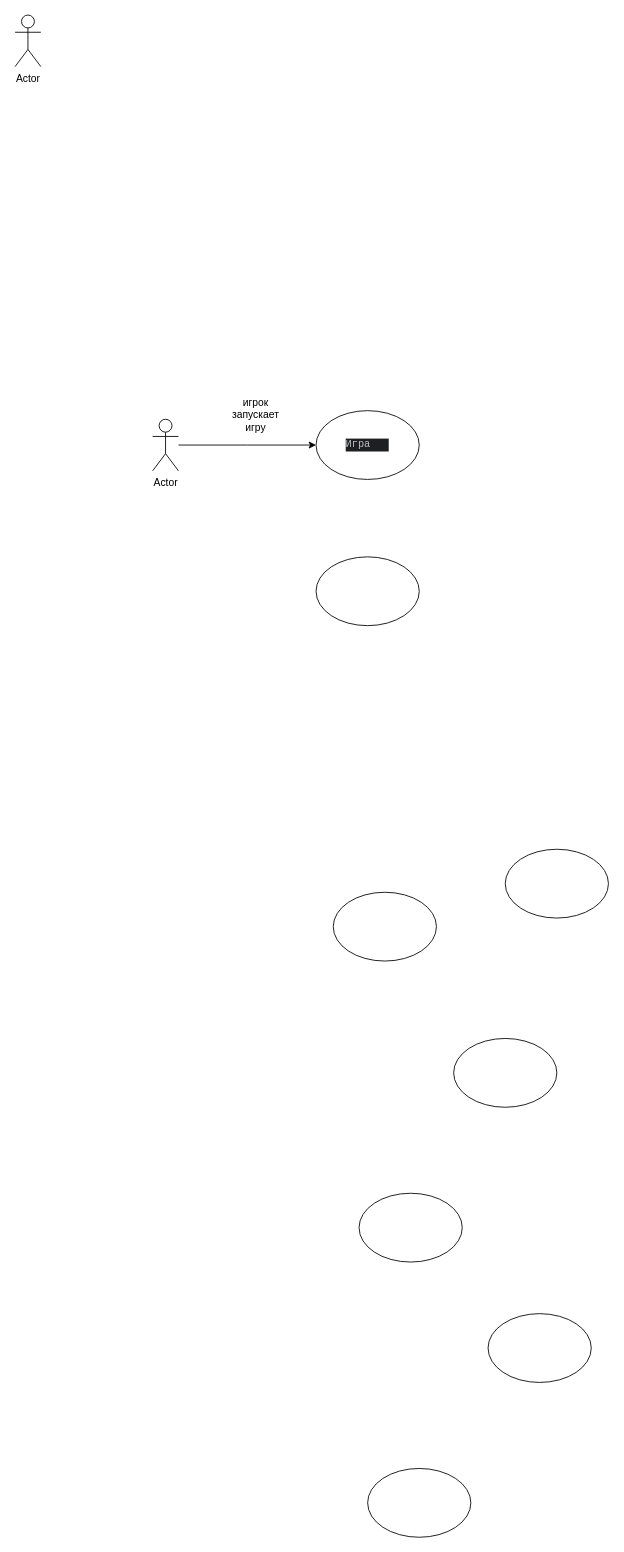
Before: Диаграмма без названия.drawio in Gagara111/simple_race, a draw.io diagram. Source tidied: cells renumbered, new cells numbered last; positions are measured from the earlier drawing's top-left corner, leaving out a move shared by most shapes. Both pictures are drawn from the tidied source at 86%, with x=0, y=0 at pixel (15, 15).
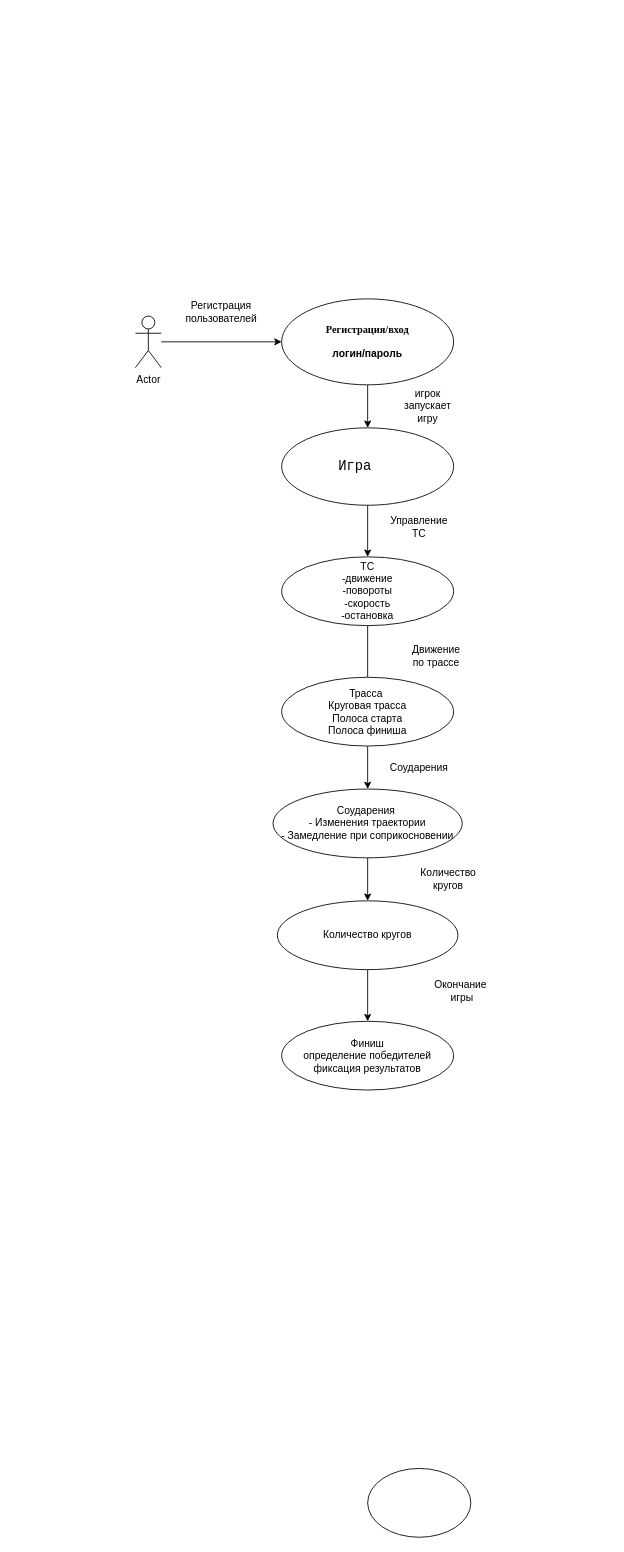
Above is the later version.

The edit, as a diff of the source:
```diff
@@
-    <mxCell id="3" style="ellipse;whiteSpace=wrap;html=1;" parent="1" vertex="1">
-      <mxGeometry x="400" y="1370" width="120" height="80" as="geometry" />
+    <mxCell id="3" value="Финиш&lt;div&gt;определение победителей&lt;/div&gt;&lt;div&gt;фиксация результатов&lt;/div&gt;" style="ellipse;whiteSpace=wrap;html=1;" parent="1" vertex="1">
+      <mxGeometry x="310" y="1170" width="200" height="80" as="geometry" />
     </mxCell>
+    <mxCell id="14" style="edgeStyle=orthogonalEdgeStyle;rounded=0;jettySize=auto;html=1;" parent="1" edge="1" source="4" target="3">
+      <mxGeometry relative="1" as="geometry" />
+    </mxCell>
-    <mxCell id="4" style="ellipse;whiteSpace=wrap;html=1;" parent="1" vertex="1">
-      <mxGeometry x="510" y="1190" width="120" height="80" as="geometry" />
+    <mxCell id="4" value="Количество кругов" style="ellipse;whiteSpace=wrap;html=1;" parent="1" vertex="1">
+      <mxGeometry x="305" y="1030" width="210" height="80" as="geometry" />
     </mxCell>
-    <mxCell id="5" style="ellipse;whiteSpace=wrap;html=1;" parent="1" vertex="1">
-      <mxGeometry x="550" y="1510" width="120" height="80" as="geometry" />
-    </mxCell>
     <mxCell id="6" value="Actor" style="shape=umlActor;verticalLabelPosition=bottom;verticalAlign=top;html=1;outlineConnect=0;" parent="1" vertex="1">
-      <mxGeometry x="160" y="470" width="30" height="60" as="geometry" />
+      <mxGeometry x="140" y="350" width="30" height="60" as="geometry" />
     </mxCell>
+    <mxCell id="15" style="edgeStyle=orthogonalEdgeStyle;rounded=0;jettySize=auto;html=1;" parent="1" edge="1" source="7" target="4">
+      <mxGeometry relative="1" as="geometry" />
+    </mxCell>
-    <mxCell id="7" style="ellipse;whiteSpace=wrap;html=1;" parent="1" vertex="1">
-      <mxGeometry x="370" y="1020" width="120" height="80" as="geometry" />
+    <mxCell id="7" value="Соударения&amp;nbsp;&lt;div&gt;- Изменения траектории&lt;/div&gt;&lt;div&gt;- Замедление при соприкосновении&lt;/div&gt;" style="ellipse;whiteSpace=wrap;html=1;" parent="1" vertex="1">
+      <mxGeometry x="300" y="900" width="220" height="80" as="geometry" />
     </mxCell>
+    <mxCell id="16" style="edgeStyle=orthogonalEdgeStyle;rounded=0;jettySize=auto;html=1;" parent="1" edge="1" source="8">
+      <mxGeometry relative="1" as="geometry">
+        <mxPoint x="410" y="790" as="targetPoint" />
+      </mxGeometry>
+    </mxCell>
-    <mxCell id="8" style="ellipse;whiteSpace=wrap;html=1;" parent="1" vertex="1">
-      <mxGeometry x="350" y="630" width="120" height="80" as="geometry" />
+    <mxCell id="8" value="ТС&lt;div&gt;-движение&lt;/div&gt;&lt;div&gt;-повороты&lt;/div&gt;&lt;div&gt;-скорость&lt;/div&gt;&lt;div&gt;-остановка&lt;/div&gt;" style="ellipse;whiteSpace=wrap;html=1;" parent="1" vertex="1">
+      <mxGeometry x="310" y="630" width="200" height="80" as="geometry" />
     </mxCell>
+    <mxCell id="17" style="edgeStyle=orthogonalEdgeStyle;rounded=0;jettySize=auto;html=1;entryX=0.5;entryY=0;entryDx=0;entryDy=0;" parent="1" edge="1" source="9" target="7">
+      <mxGeometry relative="1" as="geometry" />
+    </mxCell>
-    <mxCell id="9" style="ellipse;whiteSpace=wrap;html=1;" parent="1" vertex="1">
-      <mxGeometry x="570" y="970" width="120" height="80" as="geometry" />
+    <mxCell id="9" value="Трасса&amp;nbsp;&lt;div&gt;Круговая трасса&lt;/div&gt;&lt;div&gt;Полоса старта&lt;/div&gt;&lt;div&gt;Полоса финиша&lt;/div&gt;" style="ellipse;whiteSpace=wrap;html=1;" parent="1" vertex="1">
+      <mxGeometry x="310" y="770" width="200" height="80" as="geometry" />
     </mxCell>
-    <mxCell id="10" value="Actor" style="shape=umlActor;verticalLabelPosition=bottom;verticalAlign=top;html=1;" parent="1" vertex="1">
-      <mxGeometry width="30" height="60" as="geometry" />
-    </mxCell>
+    <mxCell id="18" style="edgeStyle=orthogonalEdgeStyle;rounded=0;jettySize=auto;html=1;entryX=0.5;entryY=0;entryDx=0;entryDy=0;" parent="1" edge="1" source="11" target="8">
+      <mxGeometry relative="1" as="geometry" />
+    </mxCell>
-    <mxCell id="11" value="&lt;div style=&quot;background-color:#1e1f22;color:#bcbec4&quot;&gt;&lt;pre style=&quot;font-family:'JetBrains Mono',monospace;font-size:9,8pt;&quot;&gt;Игра   &lt;/pre&gt;&lt;/div&gt;" style="ellipse;whiteSpace=wrap;html=1;" parent="1" vertex="1">
-      <mxGeometry x="350" y="460" width="120" height="80" as="geometry" />
+    <mxCell id="11" value="&lt;div style=&quot;&quot;&gt;&lt;pre style=&quot;font-family: &amp;quot;JetBrains Mono&amp;quot;, monospace;&quot;&gt;&lt;font style=&quot;font-size: 16px;&quot;&gt;Игра   &lt;/font&gt;&lt;/pre&gt;&lt;/div&gt;" style="ellipse;whiteSpace=wrap;html=1;" parent="1" vertex="1">
+      <mxGeometry x="310" y="480" width="200" height="90" as="geometry" />
     </mxCell>
-    <mxCell id="12" style="edgeStyle=orthogonalEdgeStyle;rounded=0;jettySize=auto;html=1;entryX=0;entryY=0.375;entryDx=0;entryDy=0;entryPerimeter=0;" parent="1" edge="1" source="6">
-      <mxGeometry relative="1" as="geometry">
-        <mxPoint x="350" y="500" as="targetPoint" />
-      </mxGeometry>
-    </mxCell>
     <mxCell id="13" value="игрок запускает игру" style="text;html=1;align=center;verticalAlign=middle;whiteSpace=wrap;rounded=0;" parent="1" vertex="1">
-      <mxGeometry x="250" y="450" width="60" height="30" as="geometry" />
+      <mxGeometry x="450" y="440" width="60" height="30" as="geometry" />
     </mxCell>
+    <mxCell id="19" value="Управление ТС" style="text;html=1;align=center;verticalAlign=middle;whiteSpace=wrap;rounded=0;" parent="1" vertex="1">
+      <mxGeometry x="440" y="580" width="60" height="30" as="geometry" />
+    </mxCell>
+    <mxCell id="20" value="Движение по трассе" style="text;html=1;align=center;verticalAlign=middle;whiteSpace=wrap;rounded=0;" parent="1" vertex="1">
+      <mxGeometry x="460" y="730" width="60" height="30" as="geometry" />
+    </mxCell>
+    <mxCell id="21" value="Соударения" style="text;html=1;align=center;verticalAlign=middle;whiteSpace=wrap;rounded=0;" parent="1" vertex="1">
+      <mxGeometry x="440" y="860" width="60" height="30" as="geometry" />
+    </mxCell>
+    <mxCell id="22" value="Количество кругов" style="text;html=1;align=center;verticalAlign=middle;whiteSpace=wrap;rounded=0;" parent="1" vertex="1">
+      <mxGeometry x="474" y="990" width="60" height="30" as="geometry" />
+    </mxCell>
+    <mxCell id="23" style="edgeStyle=orthogonalEdgeStyle;rounded=0;jettySize=auto;html=1;entryX=0.5;entryY=0;entryDx=0;entryDy=0;" parent="1" edge="1" source="24" target="11">
+      <mxGeometry relative="1" as="geometry" />
+    </mxCell>
+    <mxCell id="24" value="&lt;div style=&quot;&quot;&gt;&lt;pre style=&quot;&quot;&gt;&lt;span style=&quot;background-color: rgb(255, 255, 255);&quot;&gt;&lt;b style=&quot;&quot;&gt;&lt;font style=&quot;&quot; face=&quot;Times New Roman&quot;&gt;Регистрация/вход&lt;/font&gt;&lt;/b&gt;&lt;/span&gt;&lt;/pre&gt;&lt;pre style=&quot;&quot;&gt;&lt;span style=&quot;background-color: rgb(255, 255, 255);&quot;&gt;&lt;b style=&quot;&quot;&gt;&lt;font style=&quot;&quot; face=&quot;kFZz6svUgxL2AhobKIru&quot;&gt;логин/пароль&lt;/font&gt;&lt;/b&gt;&lt;/span&gt;&lt;/pre&gt;&lt;/div&gt;" style="ellipse;whiteSpace=wrap;html=1;fillColor=#FFFFFF;" parent="1" vertex="1">
+      <mxGeometry x="310" y="330" width="200" height="100" as="geometry" />
+    </mxCell>
+    <mxCell id="25" style="edgeStyle=orthogonalEdgeStyle;rounded=0;jettySize=auto;html=1;" parent="1" edge="1" source="6">
+      <mxGeometry relative="1" as="geometry">
+        <mxPoint x="310" y="380" as="targetPoint" />
+      </mxGeometry>
+    </mxCell>
+    <mxCell id="26" value="Регистрация пользователей" style="text;html=1;align=center;verticalAlign=middle;whiteSpace=wrap;rounded=0;" parent="1" vertex="1">
+      <mxGeometry x="210" y="330" width="60" height="30" as="geometry" />
+    </mxCell>
+    <mxCell id="27" value="Окончание&amp;nbsp;&lt;div&gt;игры&lt;/div&gt;" style="text;html=1;align=center;verticalAlign=middle;whiteSpace=wrap;rounded=0;" parent="1" vertex="1">
+      <mxGeometry x="490" y="1120" width="60" height="30" as="geometry" />
+    </mxCell>
```
